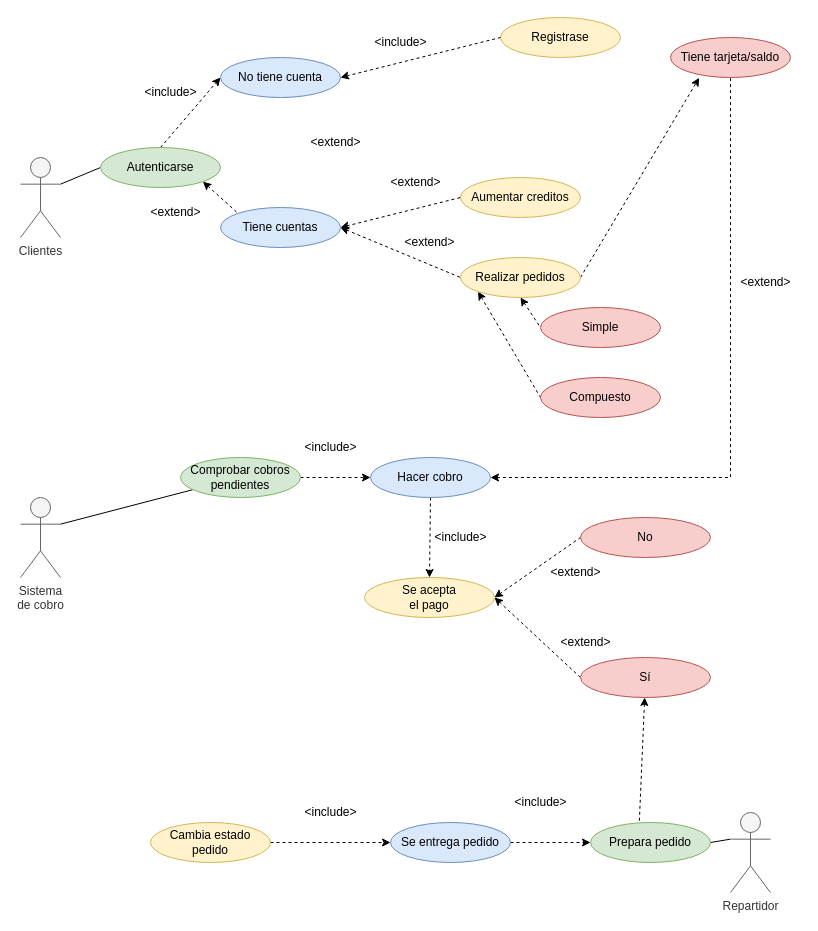
Aeyoz/entornos-desarrollo keeps this draw.io diagram as img/Tienda_virtual.drawio. Above is the earlier version. Source tidied: cells renumbered, new cells numbered last; positions are measured from the earlier drawing's top-left corner, leaving out a move shared by most shapes. Both pictures are drawn from the tidied source at 100%, with x=0, y=0 at pixel (20, 17).
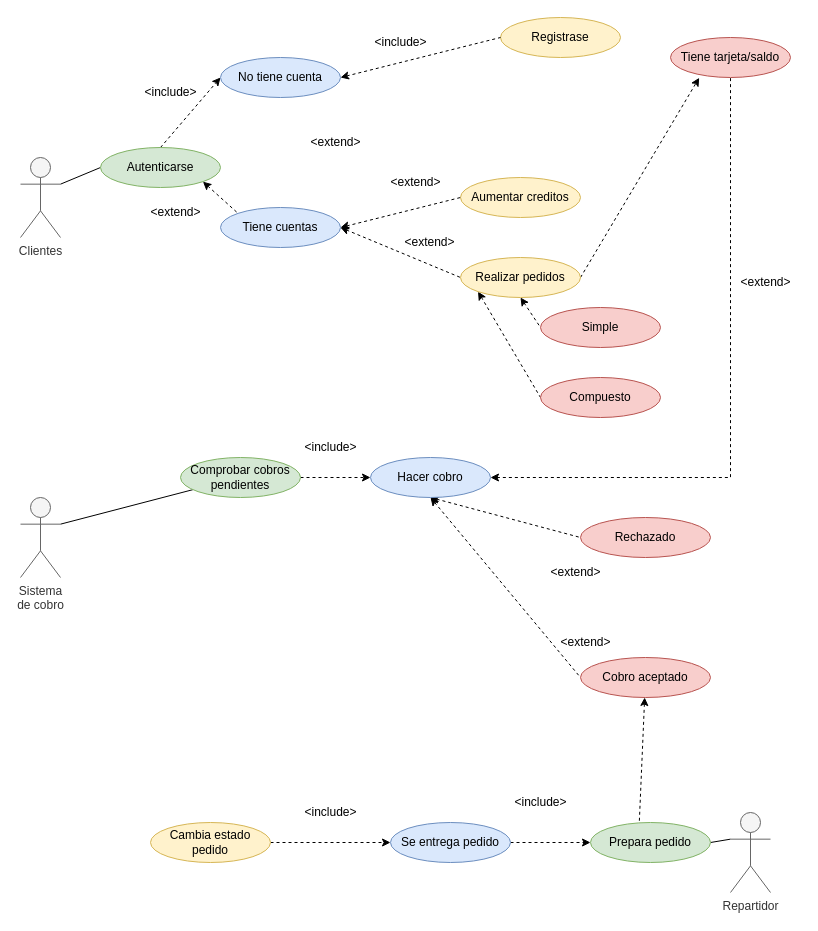
The same diagram, later.

Unchanged cells that the change refers to:
```xml
<mxCell id="16" value="Hacer cobro" style="ellipse;whiteSpace=wrap;html=1;fillColor=#dae8fc;strokeColor=#6c8ebf;" parent="1" vertex="1">
  <mxGeometry x="350" y="440" width="120" height="40" as="geometry" />
</mxCell>
```

The edit, as a diff of the source:
```diff
@@
-    <mxCell id="15" style="edgeStyle=none;rounded=0;jettySize=auto;html=1;exitX=0.5;exitY=1;exitDx=0;exitDy=0;entryX=0.5;entryY=0;entryDx=0;entryDy=0;dashed=1;strokeColor=default;startArrow=none;startFill=0;endArrow=classic;endFill=1;" parent="1" edge="1" source="16" target="36">
-      <mxGeometry relative="1" as="geometry" />
-    </mxCell>
+    <mxCell id="54" style="edgeStyle=none;rounded=0;jettySize=auto;html=1;exitX=0.5;exitY=1;exitDx=0;exitDy=0;entryX=0;entryY=0.5;entryDx=0;entryDy=0;dashed=1;strokeColor=default;startArrow=classic;startFill=1;endArrow=none;endFill=0;" parent="1" edge="1" source="16" target="38">
+      <mxGeometry relative="1" as="geometry" />
+    </mxCell>
+    <mxCell id="55" style="edgeStyle=none;rounded=0;jettySize=auto;html=1;exitX=0.5;exitY=1;exitDx=0;exitDy=0;entryX=0;entryY=0.5;entryDx=0;entryDy=0;dashed=1;strokeColor=default;startArrow=classic;startFill=1;endArrow=none;endFill=0;" parent="1" edge="1" source="16" target="40">
+      <mxGeometry relative="1" as="geometry" />
+    </mxCell>
@@
-    <mxCell id="34" style="edgeStyle=none;rounded=0;jettySize=auto;html=1;exitX=1;exitY=0.5;exitDx=0;exitDy=0;entryX=0;entryY=0.5;entryDx=0;entryDy=0;dashed=1;strokeColor=default;startArrow=classic;startFill=1;endArrow=none;endFill=0;" parent="1" edge="1" source="36" target="38">
-      <mxGeometry relative="1" as="geometry" />
-    </mxCell>
-    <mxCell id="35" style="edgeStyle=none;rounded=0;jettySize=auto;html=1;exitX=1;exitY=0.5;exitDx=0;exitDy=0;entryX=0;entryY=0.5;entryDx=0;entryDy=0;dashed=1;strokeColor=default;startArrow=classic;startFill=1;endArrow=none;endFill=0;" parent="1" edge="1" source="36" target="40">
-      <mxGeometry relative="1" as="geometry" />
-    </mxCell>
-    <mxCell id="36" value="&lt;div&gt;Se acepta &lt;br&gt;&lt;/div&gt;&lt;div&gt;el pago&lt;/div&gt;" style="ellipse;whiteSpace=wrap;html=1;fillColor=#fff2cc;strokeColor=#d6b656;" parent="1" vertex="1">
-      <mxGeometry x="344" y="560" width="130" height="40" as="geometry" />
-    </mxCell>
-    <mxCell id="37" value="&amp;lt;include&amp;gt;" style="text;html=1;align=center;verticalAlign=middle;strokeColor=none;fillColor=none;" parent="1" vertex="1">
-      <mxGeometry x="400" y="505" width="80" height="30" as="geometry" />
-    </mxCell>
-    <mxCell id="38" value="No" style="ellipse;whiteSpace=wrap;html=1;fillColor=#f8cecc;strokeColor=#b85450;" parent="1" vertex="1">
+    <mxCell id="38" value="Rechazado" style="ellipse;whiteSpace=wrap;html=1;fillColor=#f8cecc;strokeColor=#b85450;" parent="1" vertex="1">
       <mxGeometry x="560" y="500" width="130" height="40" as="geometry" />
     </mxCell>
@@
-    <mxCell id="40" value="Sí" style="ellipse;whiteSpace=wrap;html=1;fillColor=#f8cecc;strokeColor=#b85450;" parent="1" vertex="1">
+    <mxCell id="40" value="Cobro aceptado" style="ellipse;whiteSpace=wrap;html=1;fillColor=#f8cecc;strokeColor=#b85450;" parent="1" vertex="1">
       <mxGeometry x="560" y="640" width="130" height="40" as="geometry" />
     </mxCell>
@@
+    <mxCell id="56" style="edgeStyle=none;rounded=0;orthogonalLoop=1;jettySize=auto;html=1;entryX=0.5;entryY=1;entryDx=0;entryDy=0;dashed=1;strokeColor=default;startArrow=classic;startFill=1;endArrow=none;endFill=0;" parent="1" edge="1" source="16" target="16">
+      <mxGeometry relative="1" as="geometry" />
+    </mxCell>
```
